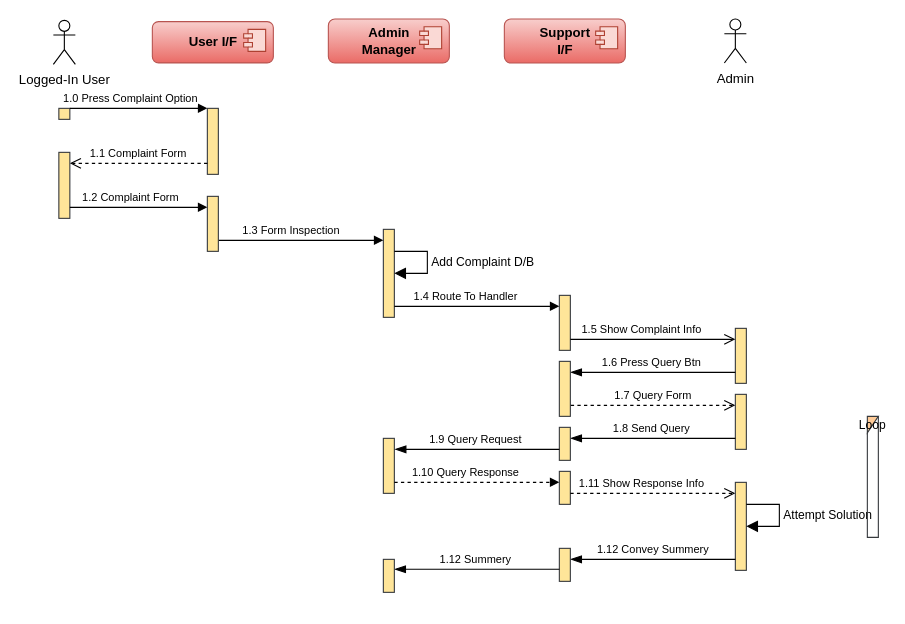
Earlier version of the draw.io diagram page "SAD SUC-2" (3 of 3) of SAD Sequence Diagrams.drawio (Itaybarbar/myProject). Source tidied: cells renumbered, new cells numbered last; positions are measured from the earlier drawing's top-left corner, leaving out a move shared by most shapes. Both pictures are drawn from the tidied source at 110%, with x=0, y=0 at pixel (53, 19).
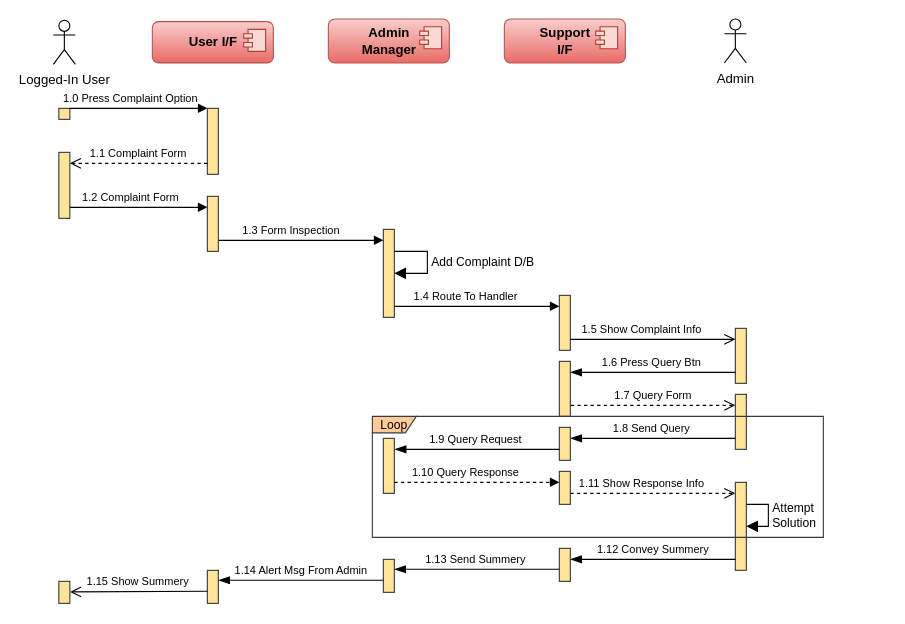
After the change.

What changed in the source:
```diff
@@
-    <mxCell id="36" value="Attempt Solution" style="edgeStyle=orthogonalEdgeStyle;html=1;align=left;spacingLeft=2;endArrow=block;rounded=0;endSize=8;" parent="1" edge="1">
+    <mxCell id="36" value="Attempt &lt;br&gt;Solution" style="edgeStyle=orthogonalEdgeStyle;html=1;align=left;spacingLeft=2;endArrow=block;rounded=0;endSize=8;" parent="1" edge="1">
       <mxGeometry relative="1" as="geometry">
         <mxPoint x="630" y="441" as="sourcePoint" />
         <mxPoint x="630" y="461" as="targetPoint" />
         <Array as="points">
-          <mxPoint x="660" y="441" />
-          <mxPoint x="660" y="461" />
+          <mxPoint x="650" y="441" />
+          <mxPoint x="650" y="461" />
         </Array>
       </mxGeometry>
     </mxCell>
@@
     <mxCell id="39" value="&lt;font style=&quot;font-size: 11px;&quot;&gt;Loop&lt;/font&gt;" style="shape=umlFrame;whiteSpace=wrap;html=1;width=40;height=15;fillColor=#ffcc99;strokeColor=#36393d;" parent="1" vertex="1">
-      <mxGeometry x="740" y="361" width="10" height="110" as="geometry" />
+      <mxGeometry x="290" y="361" width="410" height="110" as="geometry" />
     </mxCell>
-    <mxCell id="40" value="&lt;font style=&quot;font-size: 10px&quot;&gt;1.12 Summery&amp;nbsp;&lt;/font&gt;" style="html=1;verticalAlign=bottom;endArrow=blockThin;endSize=8;exitX=0;exitY=0.95;rounded=0;endFill=1;" parent="1" edge="1">
+    <mxCell id="40" value="&lt;font style=&quot;font-size: 10px&quot;&gt;1.13 Send Summery&amp;nbsp;&lt;/font&gt;" style="html=1;verticalAlign=bottom;endArrow=blockThin;endSize=8;exitX=0;exitY=0.95;rounded=0;endFill=1;" parent="1" edge="1">
       <mxGeometry relative="1" as="geometry">
         <mxPoint x="460" y="500" as="sourcePoint" />
         <mxPoint x="310" y="500" as="targetPoint" />
       </mxGeometry>
     </mxCell>
@@
+    <mxCell id="42" value="&lt;font style=&quot;font-size: 10px&quot;&gt;1.14 Alert Msg From Admin&lt;/font&gt;" style="html=1;verticalAlign=bottom;endArrow=blockThin;endSize=8;exitX=0;exitY=0.95;rounded=0;endFill=1;" parent="1" edge="1">
+      <mxGeometry relative="1" as="geometry">
+        <mxPoint x="300" y="510" as="sourcePoint" />
+        <mxPoint x="150" y="510" as="targetPoint" />
+      </mxGeometry>
+    </mxCell>
+    <mxCell id="43" style="html=1;perimeter=orthogonalPerimeter;fillColor=#FFE599;strokeColor=#36393d;" parent="1" vertex="1">
+      <mxGeometry x="140" y="501" width="10" height="30" as="geometry" />
+    </mxCell>
+    <mxCell id="44" value="&lt;font style=&quot;font-size: 10px&quot;&gt;1.15 Show Summery&amp;nbsp;&lt;/font&gt;" style="html=1;verticalAlign=bottom;endArrow=open;endSize=8;exitX=0;exitY=0.95;rounded=0;endFill=0;entryX=1.02;entryY=0.48;entryDx=0;entryDy=0;entryPerimeter=0;" parent="1" edge="1" target="45">
+      <mxGeometry relative="1" as="geometry">
+        <mxPoint x="140" y="520" as="sourcePoint" />
+      </mxGeometry>
+    </mxCell>
+    <mxCell id="45" style="html=1;points=[];perimeter=orthogonalPerimeter;fillColor=#FFE599;strokeColor=#36393d;" parent="1" vertex="1">
+      <mxGeometry x="5" y="511" width="10" height="20" as="geometry" />
+    </mxCell>
```
